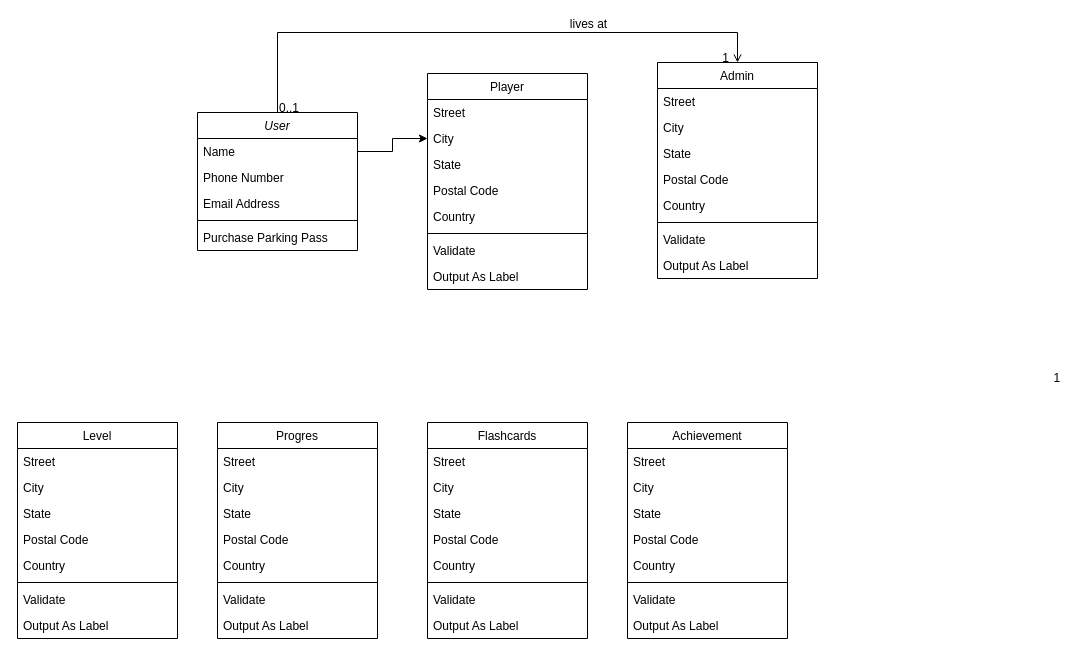
Before: HCIDiagrams.drawio in yzy21cs/Diagrams, a draw.io diagram. Source tidied: cells renumbered, new cells numbered last; positions are measured from the earlier drawing's top-left corner, leaving out a move shared by most shapes. Both pictures are drawn from the tidied source at 100%, with x=0, y=0 at pixel (17, 32).
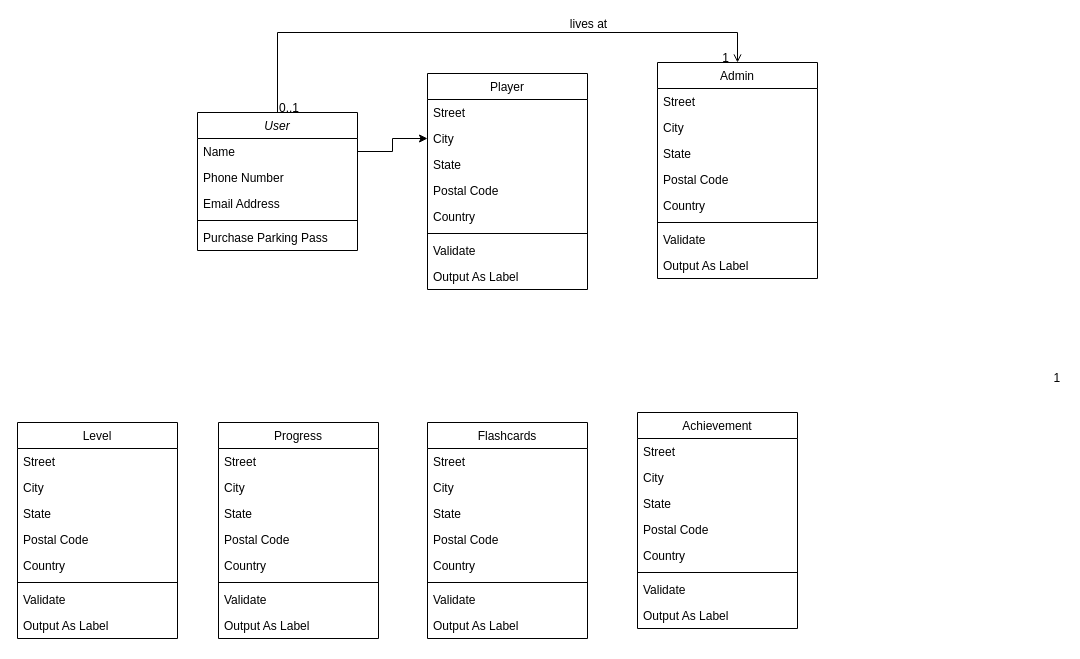
The same page after the edit.

Change to the diagram source:
```diff
@@
-    <mxCell id="41" value="Progres" style="swimlane;fontStyle=0;align=center;verticalAlign=top;horizontal=1;startSize=26;rounded=0;shadow=0;strokeWidth=1;" parent="1" vertex="1">
-      <mxGeometry x="200" y="390" width="160" height="216" as="geometry" />
+    <mxCell id="41" value="Progress" style="swimlane;fontStyle=0;align=center;verticalAlign=top;horizontal=1;startSize=26;rounded=0;shadow=0;strokeWidth=1;" parent="1" vertex="1">
+      <mxGeometry x="201" y="390" width="160" height="216" as="geometry" />
     </mxCell>
@@
     <mxCell id="59" value="Achievement" style="swimlane;fontStyle=0;align=center;verticalAlign=top;horizontal=1;startSize=26;rounded=0;shadow=0;strokeWidth=1;" parent="1" vertex="1">
-      <mxGeometry x="610" y="390" width="160" height="216" as="geometry" />
+      <mxGeometry x="620" y="380" width="160" height="216" as="geometry" />
     </mxCell>
```
